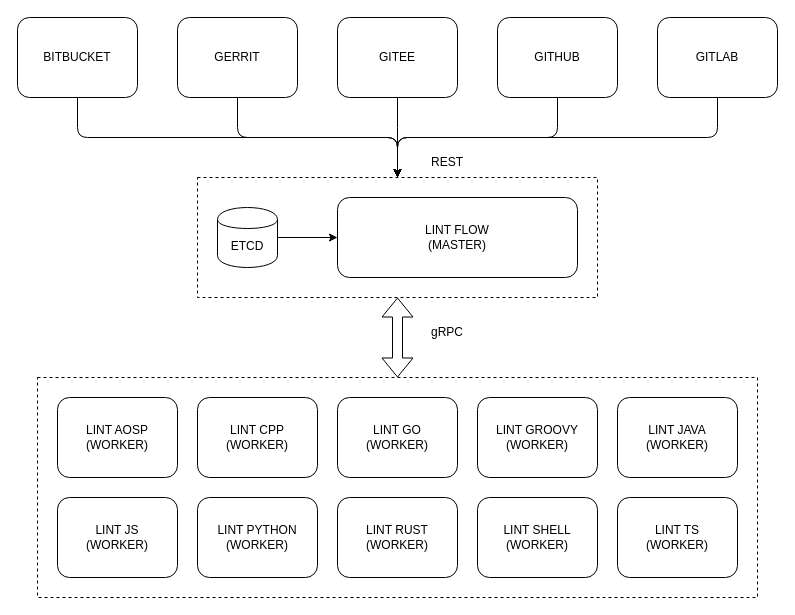
devops-lintflow/lintwork keeps this draw.io diagram as design.drawio. Above is the earlier version. Source tidied: cells renumbered, new cells numbered last; positions are measured from the earlier drawing's top-left corner, leaving out a move shared by most shapes. Both pictures are drawn from the tidied source at 100%, with x=0, y=0 at pixel (17, 17).
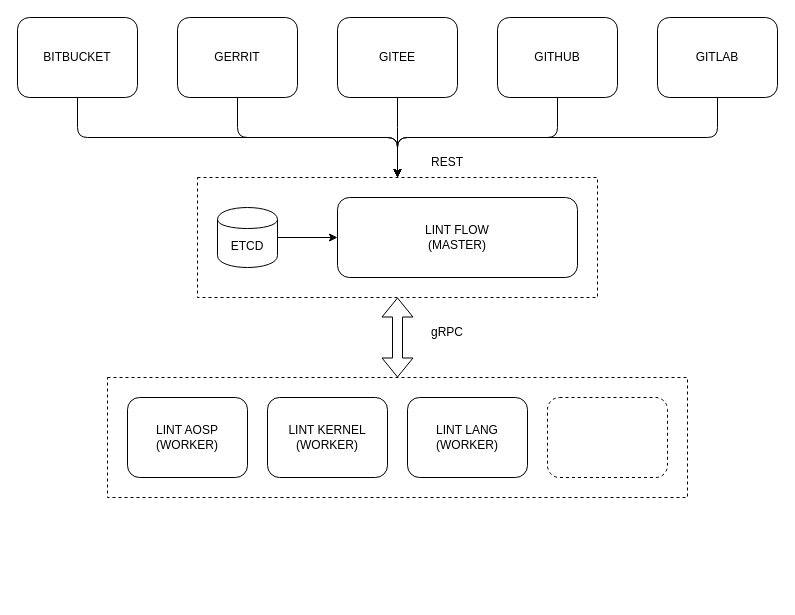
The same page after the edit.

Change to the diagram source:
```diff
@@
     <mxCell id="3" style="rounded=0;whiteSpace=wrap;html=1;dashed=1;" parent="1" vertex="1">
-      <mxGeometry x="20" y="360" width="720" height="220" as="geometry" />
+      <mxGeometry x="90" y="360" width="580" height="120" as="geometry" />
     </mxCell>
@@
-    <mxCell id="13" value="LINT CPP&lt;br&gt;(WORKER)" style="rounded=1;whiteSpace=wrap;html=1;" parent="1" vertex="1">
-      <mxGeometry x="180" y="380" width="120" height="80" as="geometry" />
+    <mxCell id="13" value="LINT KERNEL&lt;br&gt;(WORKER)" style="rounded=1;whiteSpace=wrap;html=1;" parent="1" vertex="1">
+      <mxGeometry x="250" y="380" width="120" height="80" as="geometry" />
     </mxCell>
-    <mxCell id="14" value="LINT GROOVY&lt;br&gt;(WORKER)" style="rounded=1;whiteSpace=wrap;html=1;" parent="1" vertex="1">
-      <mxGeometry x="460" y="380" width="120" height="80" as="geometry" />
+    <mxCell id="14" style="rounded=1;whiteSpace=wrap;html=1;dashed=1;" parent="1" vertex="1">
+      <mxGeometry x="530" y="380" width="120" height="80" as="geometry" />
     </mxCell>
-    <mxCell id="15" value="LINT JS&lt;br&gt;(WORKER)" style="rounded=1;whiteSpace=wrap;html=1;" parent="1" vertex="1">
-      <mxGeometry x="40" y="480" width="120" height="80" as="geometry" />
-    </mxCell>
-    <mxCell id="16" value="LINT PYTHON&lt;br&gt;(WORKER)" style="rounded=1;whiteSpace=wrap;html=1;" parent="1" vertex="1">
-      <mxGeometry x="180" y="480" width="120" height="80" as="geometry" />
-    </mxCell>
-    <mxCell id="17" value="LINT RUST&lt;br&gt;(WORKER)" style="rounded=1;whiteSpace=wrap;html=1;" parent="1" vertex="1">
-      <mxGeometry x="320" y="480" width="120" height="80" as="geometry" />
-    </mxCell>
-    <mxCell id="18" value="LINT SHELL&lt;br&gt;(WORKER)" style="rounded=1;whiteSpace=wrap;html=1;" parent="1" vertex="1">
-      <mxGeometry x="460" y="480" width="120" height="80" as="geometry" />
-    </mxCell>
-    <mxCell id="19" value="LINT TS&lt;br&gt;(WORKER)" style="rounded=1;whiteSpace=wrap;html=1;" parent="1" vertex="1">
-      <mxGeometry x="600" y="480" width="120" height="80" as="geometry" />
-    </mxCell>
-    <mxCell id="20" value="LINT JAVA&lt;br&gt;(WORKER)" style="rounded=1;whiteSpace=wrap;html=1;" parent="1" vertex="1">
-      <mxGeometry x="600" y="380" width="120" height="80" as="geometry" />
-    </mxCell>
@@
-    <mxCell id="25" value="LINT GO&lt;br&gt;(WORKER)" style="rounded=1;whiteSpace=wrap;html=1;" parent="1" vertex="1">
-      <mxGeometry x="320" y="380" width="120" height="80" as="geometry" />
+    <mxCell id="25" value="LINT LANG&lt;br&gt;(WORKER)" style="rounded=1;whiteSpace=wrap;html=1;" parent="1" vertex="1">
+      <mxGeometry x="390" y="380" width="120" height="80" as="geometry" />
     </mxCell>
     <mxCell id="26" value="LINT AOSP&lt;br&gt;(WORKER)" style="rounded=1;whiteSpace=wrap;html=1;" parent="1" vertex="1">
-      <mxGeometry x="40" y="380" width="120" height="80" as="geometry" />
+      <mxGeometry x="110" y="380" width="120" height="80" as="geometry" />
     </mxCell>
```
